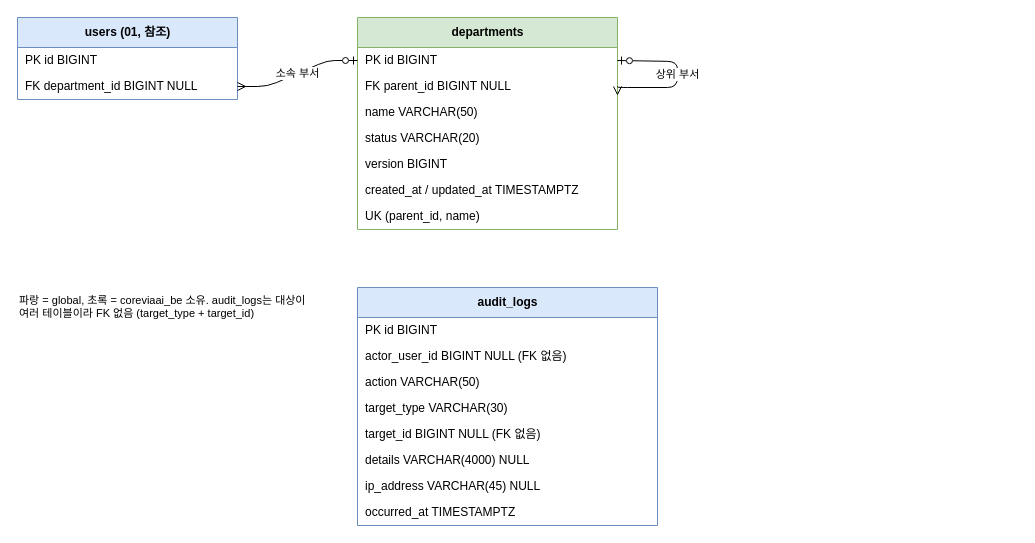
Above: docs/erd/02-admin.drawio in WonikQnCKDT/CoreviaAI_BE (draw.io), before the change. Source tidied: cells renumbered, new cells numbered last; positions are measured from the earlier drawing's top-left corner, leaving out a move shared by most shapes. Both pictures are drawn from the tidied source at 100%, with x=0, y=0 at pixel (17, 17).
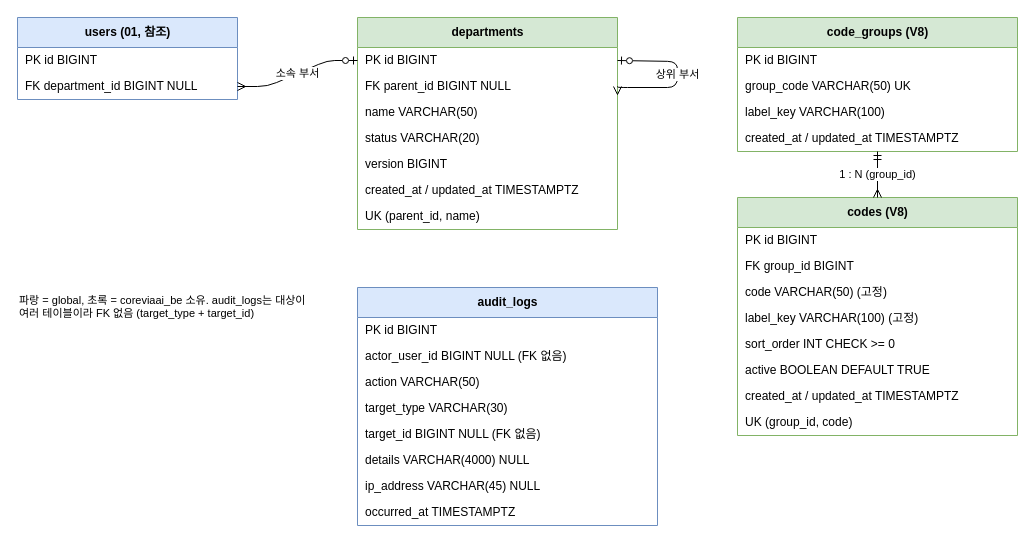
Above is the later version.

Change to the diagram source:
```diff
@@
+    <mxCell id="25" value="code_groups (V8)" style="swimlane;fontStyle=1;horizontal=1;startSize=30;fillColor=#d5e8d4;strokeColor=#82b366;html=1;" parent="1" vertex="1">
+      <mxGeometry x="720" width="280" height="134" as="geometry" />
+    </mxCell>
+    <mxCell id="26" value="PK id BIGINT" style="text;strokeColor=none;fillColor=none;align=left;verticalAlign=middle;spacingLeft=6;html=1;" parent="25" vertex="1">
+      <mxGeometry y="30" width="280" height="26" as="geometry" />
+    </mxCell>
+    <mxCell id="27" value="group_code VARCHAR(50) UK" style="text;strokeColor=none;fillColor=none;align=left;verticalAlign=middle;spacingLeft=6;html=1;" parent="25" vertex="1">
+      <mxGeometry y="56" width="280" height="26" as="geometry" />
+    </mxCell>
+    <mxCell id="28" value="label_key VARCHAR(100)" style="text;strokeColor=none;fillColor=none;align=left;verticalAlign=middle;spacingLeft=6;html=1;" parent="25" vertex="1">
+      <mxGeometry y="82" width="280" height="26" as="geometry" />
+    </mxCell>
+    <mxCell id="29" value="created_at / updated_at TIMESTAMPTZ" style="text;strokeColor=none;fillColor=none;align=left;verticalAlign=middle;spacingLeft=6;html=1;" parent="25" vertex="1">
+      <mxGeometry y="108" width="280" height="26" as="geometry" />
+    </mxCell>
+    <mxCell id="30" value="codes (V8)" style="swimlane;fontStyle=1;horizontal=1;startSize=30;fillColor=#d5e8d4;strokeColor=#82b366;html=1;" parent="1" vertex="1">
+      <mxGeometry x="720" y="180" width="280" height="238" as="geometry" />
+    </mxCell>
+    <mxCell id="31" value="PK id BIGINT" style="text;strokeColor=none;fillColor=none;align=left;verticalAlign=middle;spacingLeft=6;html=1;" parent="30" vertex="1">
+      <mxGeometry y="30" width="280" height="26" as="geometry" />
+    </mxCell>
+    <mxCell id="32" value="FK group_id BIGINT" style="text;strokeColor=none;fillColor=none;align=left;verticalAlign=middle;spacingLeft=6;html=1;" parent="30" vertex="1">
+      <mxGeometry y="56" width="280" height="26" as="geometry" />
+    </mxCell>
+    <mxCell id="33" value="code VARCHAR(50) (고정)" style="text;strokeColor=none;fillColor=none;align=left;verticalAlign=middle;spacingLeft=6;html=1;" parent="30" vertex="1">
+      <mxGeometry y="82" width="280" height="26" as="geometry" />
+    </mxCell>
+    <mxCell id="34" value="label_key VARCHAR(100) (고정)" style="text;strokeColor=none;fillColor=none;align=left;verticalAlign=middle;spacingLeft=6;html=1;" parent="30" vertex="1">
+      <mxGeometry y="108" width="280" height="26" as="geometry" />
+    </mxCell>
+    <mxCell id="35" value="sort_order INT CHECK &gt;= 0" style="text;strokeColor=none;fillColor=none;align=left;verticalAlign=middle;spacingLeft=6;html=1;" parent="30" vertex="1">
+      <mxGeometry y="134" width="280" height="26" as="geometry" />
+    </mxCell>
+    <mxCell id="36" value="active BOOLEAN DEFAULT TRUE" style="text;strokeColor=none;fillColor=none;align=left;verticalAlign=middle;spacingLeft=6;html=1;" parent="30" vertex="1">
+      <mxGeometry y="160" width="280" height="26" as="geometry" />
+    </mxCell>
+    <mxCell id="37" value="created_at / updated_at TIMESTAMPTZ" style="text;strokeColor=none;fillColor=none;align=left;verticalAlign=middle;spacingLeft=6;html=1;" parent="30" vertex="1">
+      <mxGeometry y="186" width="280" height="26" as="geometry" />
+    </mxCell>
+    <mxCell id="38" value="UK (group_id, code)" style="text;strokeColor=none;fillColor=none;align=left;verticalAlign=middle;spacingLeft=6;html=1;" parent="30" vertex="1">
+      <mxGeometry y="212" width="280" height="26" as="geometry" />
+    </mxCell>
+    <mxCell id="39" value="1 : N (group_id)" style="edgeStyle=orthogonalEdgeStyle;endArrow=ERmany;startArrow=ERmandOne;html=1;" parent="1" edge="1" source="25" target="30">
+      <mxGeometry relative="1" as="geometry" />
+    </mxCell>
```
